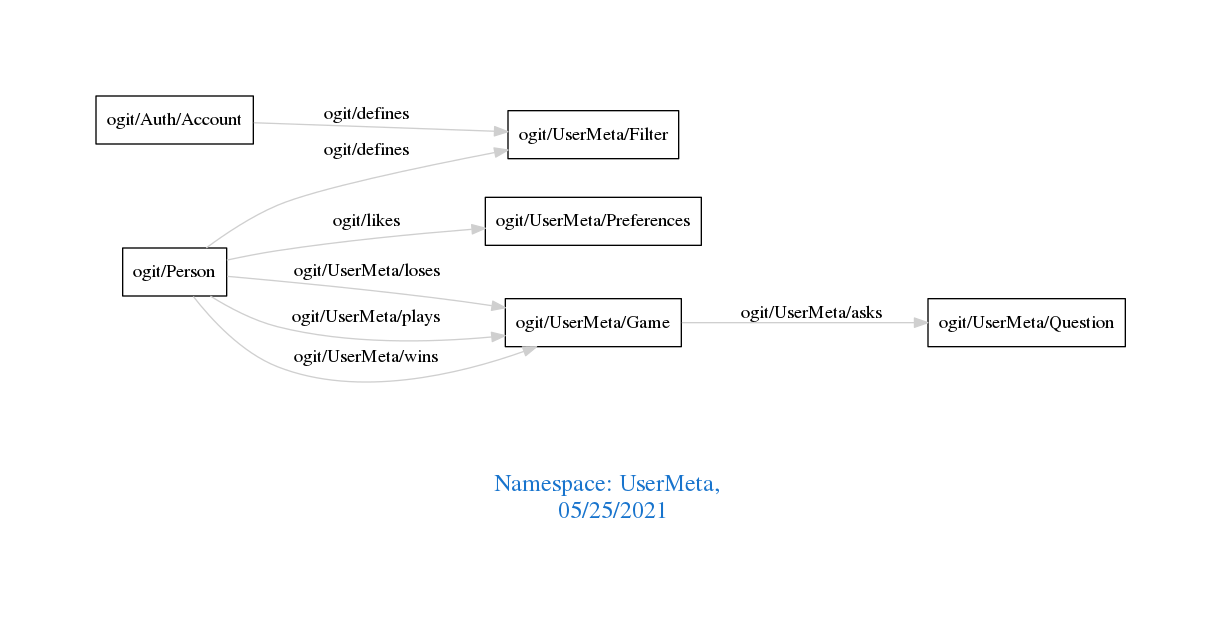
This is downloads/UserMeta.png from arago/OGIT, a Graphviz export, as it was before one commit. Its source is kept beside it as downloads/UserMeta.dot.
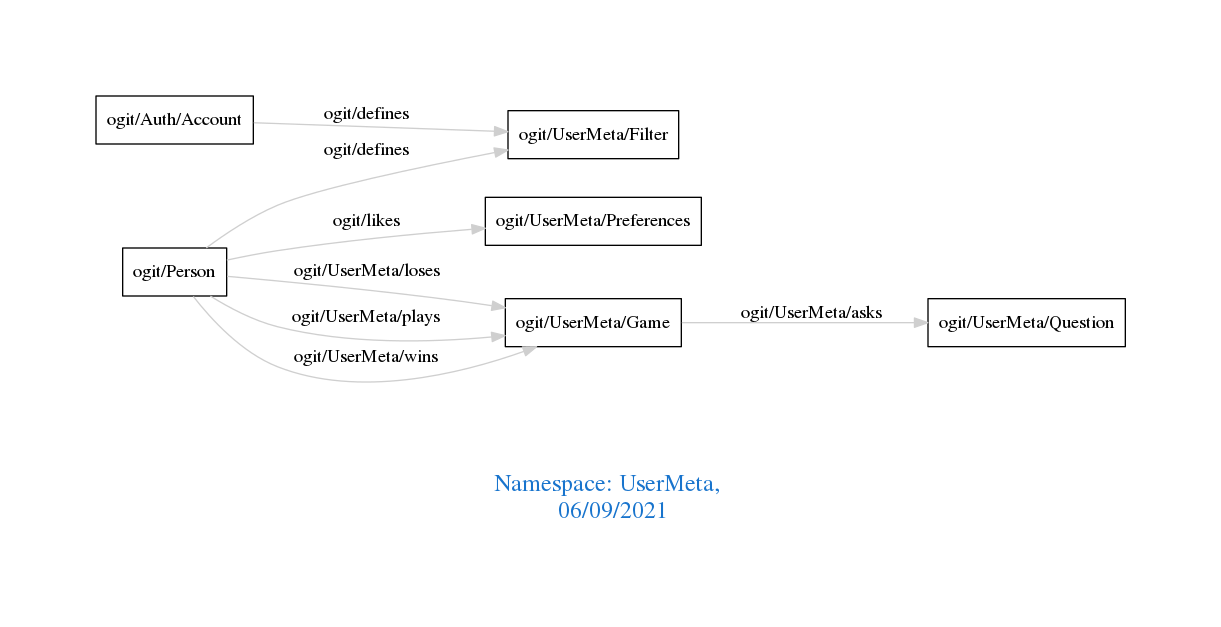
Above is the later version.

The edit, as a diff of the source:
```diff
@@ -1,7 +1,7 @@
 digraph OGIT_ontology {
  graph [ rankdir= LR,pad=1
 fontsize = 18,
-fontcolor= dodgerblue3,label = "\n\n\nNamespace: UserMeta, \n 05/25/2021"];
+fontcolor= dodgerblue3,label = "\n\n\nNamespace: UserMeta, \n 06/09/2021"];
 node[shape=polygon];
 edge [  color="gray81"];
 
```
